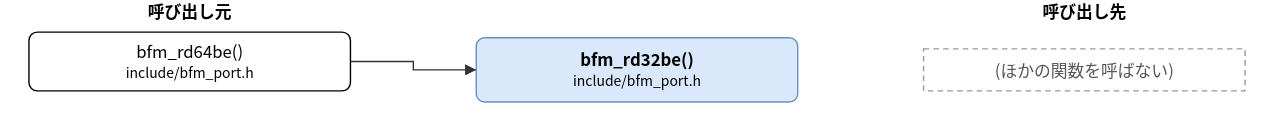
The draw.io diagram doc/spec/images/call_include_bfm_port-bfm_rd32be.drawio.svg in hf355051012-ai/bfmem, before a commit. Source tidied: cells renumbered, new cells last; positions are measured from the earlier drawing's top-left corner, leaving out a move shared by most shapes. Its diagram source:
```xml
<mxGraphModel>
  <root>
    <mxCell id="0" />
    <mxCell id="1" parent="0" />
    <mxCell id="2" value="bfm_rd32be()&lt;br&gt;&lt;font style=&quot;font-size:10px&quot;&gt;include/bfm_port.h&lt;/font&gt;" style="rounded=1;whiteSpace=wrap;html=1;fillColor=#dae8fc;strokeColor=#6c8ebf;fontStyle=1;" parent="1" vertex="1">
      <mxGeometry x="320" y="27" width="230" height="46" as="geometry" />
    </mxCell>
    <mxCell id="3" value="bfm_rd64be()&lt;br&gt;&lt;font style=&quot;font-size:10px&quot;&gt;include/bfm_port.h&lt;/font&gt;" style="rounded=1;whiteSpace=wrap;html=1;" parent="1" vertex="1">
      <mxGeometry y="23" width="230" height="42" as="geometry" />
    </mxCell>
    <mxCell id="4" value="(ほかの関数を呼ばない)" style="rounded=0;whiteSpace=wrap;html=1;dashed=1;strokeColor=#999999;fontColor=#555555;dashed=1;" parent="1" vertex="1">
      <mxGeometry x="640" y="35" width="230" height="30" as="geometry" />
    </mxCell>
    <mxCell id="5" style="edgeStyle=none;html=1;rounded=0;endArrow=block;endFill=1;exitX=1.0000;exitY=0.5000;exitDx=0;exitDy=0;exitPerimeter=0;entryX=0.0000;entryY=0.5000;entryDx=0;entryDy=0;entryPerimeter=0;" parent="1" edge="1" source="3" target="2">
      <mxGeometry relative="1" as="geometry">
        <Array as="points">
          <mxPoint x="275" y="44" />
          <mxPoint x="275" y="50" />
        </Array>
      </mxGeometry>
    </mxCell>
    <mxCell id="6" value="呼び出し元" style="text;html=1;align=center;fontStyle=1;" parent="1" vertex="1">
      <mxGeometry x="35" width="160" height="18" as="geometry" />
    </mxCell>
    <mxCell id="7" value="呼び出し先" style="text;html=1;align=center;fontStyle=1;" parent="1" vertex="1">
      <mxGeometry x="675" width="160" height="18" as="geometry" />
    </mxCell>
  </root>
</mxGraphModel>
```
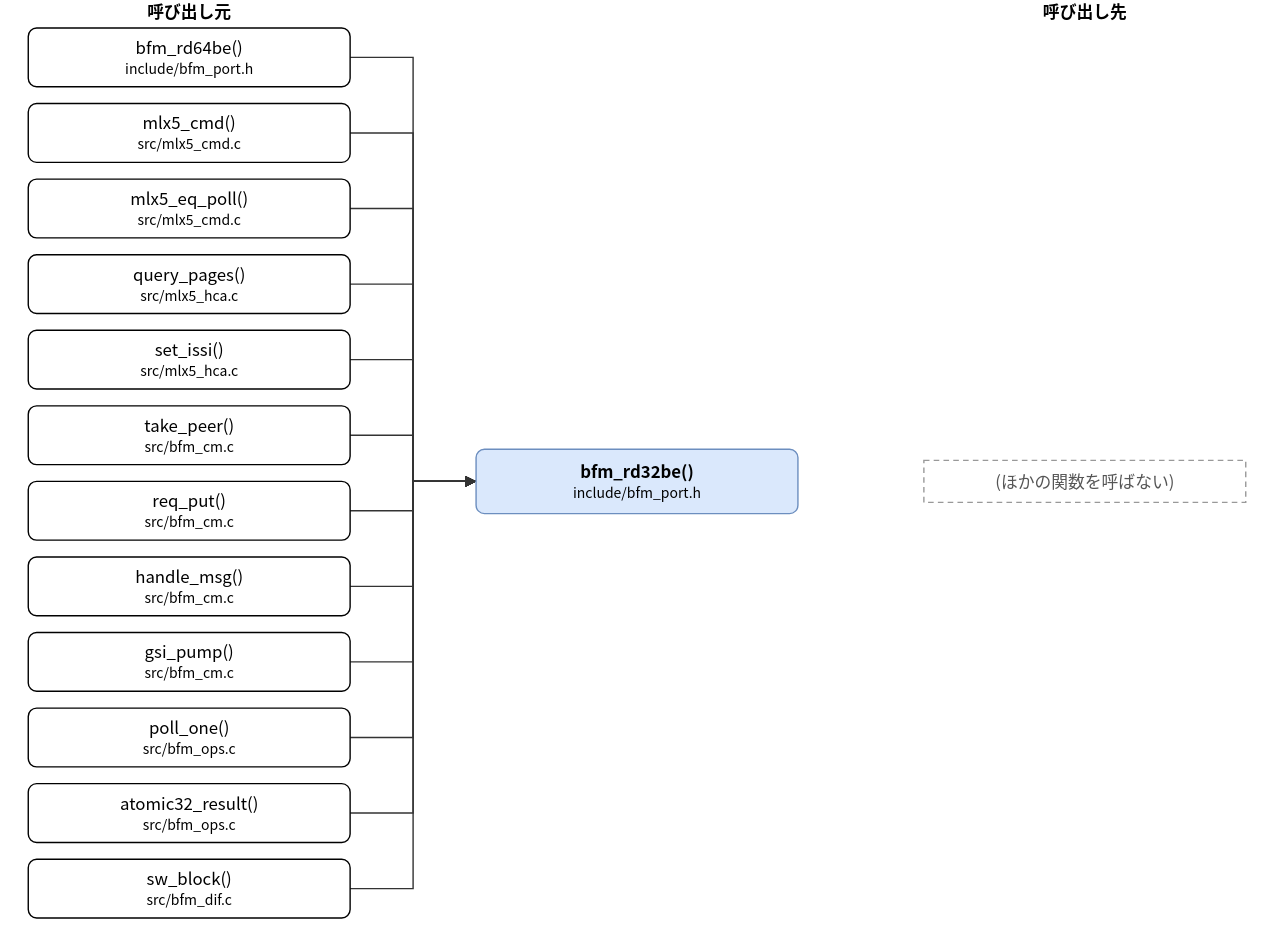
Later version of the same file.

Diff of the diagram source:
```diff
@@ -3,22 +3,143 @@
     <mxCell id="0" />
     <mxCell id="1" parent="0" />
     <mxCell id="2" value="bfm_rd32be()&lt;br&gt;&lt;font style=&quot;font-size:10px&quot;&gt;include/bfm_port.h&lt;/font&gt;" style="rounded=1;whiteSpace=wrap;html=1;fillColor=#dae8fc;strokeColor=#6c8ebf;fontStyle=1;" parent="1" vertex="1">
-      <mxGeometry x="320" y="27" width="230" height="46" as="geometry" />
+      <mxGeometry x="320" y="321" width="230" height="46" as="geometry" />
     </mxCell>
     <mxCell id="3" value="bfm_rd64be()&lt;br&gt;&lt;font style=&quot;font-size:10px&quot;&gt;include/bfm_port.h&lt;/font&gt;" style="rounded=1;whiteSpace=wrap;html=1;" parent="1" vertex="1">
-      <mxGeometry y="23" width="230" height="42" as="geometry" />
+      <mxGeometry y="20" width="230" height="42" as="geometry" />
     </mxCell>
+    <mxCell id="8" value="mlx5_cmd()&lt;br&gt;&lt;font style=&quot;font-size:10px&quot;&gt;src/mlx5_cmd.c&lt;/font&gt;" style="rounded=1;whiteSpace=wrap;html=1;" parent="1" vertex="1">
+      <mxGeometry y="74" width="230" height="42" as="geometry" />
+    </mxCell>
+    <mxCell id="9" value="mlx5_eq_poll()&lt;br&gt;&lt;font style=&quot;font-size:10px&quot;&gt;src/mlx5_cmd.c&lt;/font&gt;" style="rounded=1;whiteSpace=wrap;html=1;" parent="1" vertex="1">
+      <mxGeometry y="128" width="230" height="42" as="geometry" />
+    </mxCell>
+    <mxCell id="10" value="query_pages()&lt;br&gt;&lt;font style=&quot;font-size:10px&quot;&gt;src/mlx5_hca.c&lt;/font&gt;" style="rounded=1;whiteSpace=wrap;html=1;" parent="1" vertex="1">
+      <mxGeometry y="182" width="230" height="42" as="geometry" />
+    </mxCell>
+    <mxCell id="11" value="set_issi()&lt;br&gt;&lt;font style=&quot;font-size:10px&quot;&gt;src/mlx5_hca.c&lt;/font&gt;" style="rounded=1;whiteSpace=wrap;html=1;" parent="1" vertex="1">
+      <mxGeometry y="236" width="230" height="42" as="geometry" />
+    </mxCell>
+    <mxCell id="12" value="take_peer()&lt;br&gt;&lt;font style=&quot;font-size:10px&quot;&gt;src/bfm_cm.c&lt;/font&gt;" style="rounded=1;whiteSpace=wrap;html=1;" parent="1" vertex="1">
+      <mxGeometry y="290" width="230" height="42" as="geometry" />
+    </mxCell>
+    <mxCell id="13" value="req_put()&lt;br&gt;&lt;font style=&quot;font-size:10px&quot;&gt;src/bfm_cm.c&lt;/font&gt;" style="rounded=1;whiteSpace=wrap;html=1;" parent="1" vertex="1">
+      <mxGeometry y="344" width="230" height="42" as="geometry" />
+    </mxCell>
+    <mxCell id="14" value="handle_msg()&lt;br&gt;&lt;font style=&quot;font-size:10px&quot;&gt;src/bfm_cm.c&lt;/font&gt;" style="rounded=1;whiteSpace=wrap;html=1;" parent="1" vertex="1">
+      <mxGeometry y="398" width="230" height="42" as="geometry" />
+    </mxCell>
+    <mxCell id="15" value="gsi_pump()&lt;br&gt;&lt;font style=&quot;font-size:10px&quot;&gt;src/bfm_cm.c&lt;/font&gt;" style="rounded=1;whiteSpace=wrap;html=1;" parent="1" vertex="1">
+      <mxGeometry y="452" width="230" height="42" as="geometry" />
+    </mxCell>
+    <mxCell id="16" value="poll_one()&lt;br&gt;&lt;font style=&quot;font-size:10px&quot;&gt;src/bfm_ops.c&lt;/font&gt;" style="rounded=1;whiteSpace=wrap;html=1;" parent="1" vertex="1">
+      <mxGeometry y="506" width="230" height="42" as="geometry" />
+    </mxCell>
+    <mxCell id="17" value="atomic32_result()&lt;br&gt;&lt;font style=&quot;font-size:10px&quot;&gt;src/bfm_ops.c&lt;/font&gt;" style="rounded=1;whiteSpace=wrap;html=1;" parent="1" vertex="1">
+      <mxGeometry y="560" width="230" height="42" as="geometry" />
+    </mxCell>
+    <mxCell id="18" value="sw_block()&lt;br&gt;&lt;font style=&quot;font-size:10px&quot;&gt;src/bfm_dif.c&lt;/font&gt;" style="rounded=1;whiteSpace=wrap;html=1;" parent="1" vertex="1">
+      <mxGeometry y="614" width="230" height="42" as="geometry" />
+    </mxCell>
     <mxCell id="4" value="(ほかの関数を呼ばない)" style="rounded=0;whiteSpace=wrap;html=1;dashed=1;strokeColor=#999999;fontColor=#555555;dashed=1;" parent="1" vertex="1">
-      <mxGeometry x="640" y="35" width="230" height="30" as="geometry" />
+      <mxGeometry x="640" y="329" width="230" height="30" as="geometry" />
     </mxCell>
     <mxCell id="5" style="edgeStyle=none;html=1;rounded=0;endArrow=block;endFill=1;exitX=1.0000;exitY=0.5000;exitDx=0;exitDy=0;exitPerimeter=0;entryX=0.0000;entryY=0.5000;entryDx=0;entryDy=0;entryPerimeter=0;" parent="1" edge="1" source="3" target="2">
       <mxGeometry relative="1" as="geometry">
         <Array as="points">
-          <mxPoint x="275" y="44" />
-          <mxPoint x="275" y="50" />
+          <mxPoint x="275" y="41" />
+          <mxPoint x="275" y="344" />
         </Array>
       </mxGeometry>
     </mxCell>
+    <mxCell id="19" style="edgeStyle=none;html=1;rounded=0;endArrow=block;endFill=1;exitX=1.0000;exitY=0.5000;exitDx=0;exitDy=0;exitPerimeter=0;entryX=0.0000;entryY=0.5000;entryDx=0;entryDy=0;entryPerimeter=0;" parent="1" edge="1" source="8" target="2">
+      <mxGeometry relative="1" as="geometry">
+        <Array as="points">
+          <mxPoint x="275" y="95" />
+          <mxPoint x="275" y="344" />
+        </Array>
+      </mxGeometry>
+    </mxCell>
+    <mxCell id="20" style="edgeStyle=none;html=1;rounded=0;endArrow=block;endFill=1;exitX=1.0000;exitY=0.5000;exitDx=0;exitDy=0;exitPerimeter=0;entryX=0.0000;entryY=0.5000;entryDx=0;entryDy=0;entryPerimeter=0;" parent="1" edge="1" source="9" target="2">
+      <mxGeometry relative="1" as="geometry">
+        <Array as="points">
+          <mxPoint x="275" y="149" />
+          <mxPoint x="275" y="344" />
+        </Array>
+      </mxGeometry>
+    </mxCell>
+    <mxCell id="21" style="edgeStyle=none;html=1;rounded=0;endArrow=block;endFill=1;exitX=1.0000;exitY=0.5000;exitDx=0;exitDy=0;exitPerimeter=0;entryX=0.0000;entryY=0.5000;entryDx=0;entryDy=0;entryPerimeter=0;" parent="1" edge="1" source="10" target="2">
+      <mxGeometry relative="1" as="geometry">
+        <Array as="points">
+          <mxPoint x="275" y="203" />
+          <mxPoint x="275" y="344" />
+        </Array>
+      </mxGeometry>
+    </mxCell>
+    <mxCell id="22" style="edgeStyle=none;html=1;rounded=0;endArrow=block;endFill=1;exitX=1.0000;exitY=0.5000;exitDx=0;exitDy=0;exitPerimeter=0;entryX=0.0000;entryY=0.5000;entryDx=0;entryDy=0;entryPerimeter=0;" parent="1" edge="1" source="11" target="2">
+      <mxGeometry relative="1" as="geometry">
+        <Array as="points">
+          <mxPoint x="275" y="257" />
+          <mxPoint x="275" y="344" />
+        </Array>
+      </mxGeometry>
+    </mxCell>
+    <mxCell id="23" style="edgeStyle=none;html=1;rounded=0;endArrow=block;endFill=1;exitX=1.0000;exitY=0.5000;exitDx=0;exitDy=0;exitPerimeter=0;entryX=0.0000;entryY=0.5000;entryDx=0;entryDy=0;entryPerimeter=0;" parent="1" edge="1" source="12" target="2">
+      <mxGeometry relative="1" as="geometry">
+        <Array as="points">
+          <mxPoint x="275" y="311" />
+          <mxPoint x="275" y="344" />
+        </Array>
+      </mxGeometry>
+    </mxCell>
+    <mxCell id="24" style="edgeStyle=none;html=1;rounded=0;endArrow=block;endFill=1;exitX=1.0000;exitY=0.5000;exitDx=0;exitDy=0;exitPerimeter=0;entryX=0.0000;entryY=0.5000;entryDx=0;entryDy=0;entryPerimeter=0;" parent="1" edge="1" source="13" target="2">
+      <mxGeometry relative="1" as="geometry">
+        <Array as="points">
+          <mxPoint x="275" y="365" />
+          <mxPoint x="275" y="344" />
+        </Array>
+      </mxGeometry>
+    </mxCell>
+    <mxCell id="25" style="edgeStyle=none;html=1;rounded=0;endArrow=block;endFill=1;exitX=1.0000;exitY=0.5000;exitDx=0;exitDy=0;exitPerimeter=0;entryX=0.0000;entryY=0.5000;entryDx=0;entryDy=0;entryPerimeter=0;" parent="1" edge="1" source="14" target="2">
+      <mxGeometry relative="1" as="geometry">
+        <Array as="points">
+          <mxPoint x="275" y="419" />
+          <mxPoint x="275" y="344" />
+        </Array>
+      </mxGeometry>
+    </mxCell>
+    <mxCell id="26" style="edgeStyle=none;html=1;rounded=0;endArrow=block;endFill=1;exitX=1.0000;exitY=0.5000;exitDx=0;exitDy=0;exitPerimeter=0;entryX=0.0000;entryY=0.5000;entryDx=0;entryDy=0;entryPerimeter=0;" parent="1" edge="1" source="15" target="2">
+      <mxGeometry relative="1" as="geometry">
+        <Array as="points">
+          <mxPoint x="275" y="473" />
+          <mxPoint x="275" y="344" />
+        </Array>
+      </mxGeometry>
+    </mxCell>
+    <mxCell id="27" style="edgeStyle=none;html=1;rounded=0;endArrow=block;endFill=1;exitX=1.0000;exitY=0.5000;exitDx=0;exitDy=0;exitPerimeter=0;entryX=0.0000;entryY=0.5000;entryDx=0;entryDy=0;entryPerimeter=0;" parent="1" edge="1" source="16" target="2">
+      <mxGeometry relative="1" as="geometry">
+        <Array as="points">
+          <mxPoint x="275" y="527" />
+          <mxPoint x="275" y="344" />
+        </Array>
+      </mxGeometry>
+    </mxCell>
+    <mxCell id="28" style="edgeStyle=none;html=1;rounded=0;endArrow=block;endFill=1;exitX=1.0000;exitY=0.5000;exitDx=0;exitDy=0;exitPerimeter=0;entryX=0.0000;entryY=0.5000;entryDx=0;entryDy=0;entryPerimeter=0;" parent="1" edge="1" source="17" target="2">
+      <mxGeometry relative="1" as="geometry">
+        <Array as="points">
+          <mxPoint x="275" y="581" />
+          <mxPoint x="275" y="344" />
+        </Array>
+      </mxGeometry>
+    </mxCell>
+    <mxCell id="29" style="edgeStyle=none;html=1;rounded=0;endArrow=block;endFill=1;exitX=1.0000;exitY=0.5000;exitDx=0;exitDy=0;exitPerimeter=0;entryX=0.0000;entryY=0.5000;entryDx=0;entryDy=0;entryPerimeter=0;" parent="1" edge="1" source="18" target="2">
+      <mxGeometry relative="1" as="geometry">
+        <Array as="points">
+          <mxPoint x="275" y="635" />
+          <mxPoint x="275" y="344" />
+        </Array>
+      </mxGeometry>
+    </mxCell>
     <mxCell id="6" value="呼び出し元" style="text;html=1;align=center;fontStyle=1;" parent="1" vertex="1">
       <mxGeometry x="35" width="160" height="18" as="geometry" />
     </mxCell>
```
